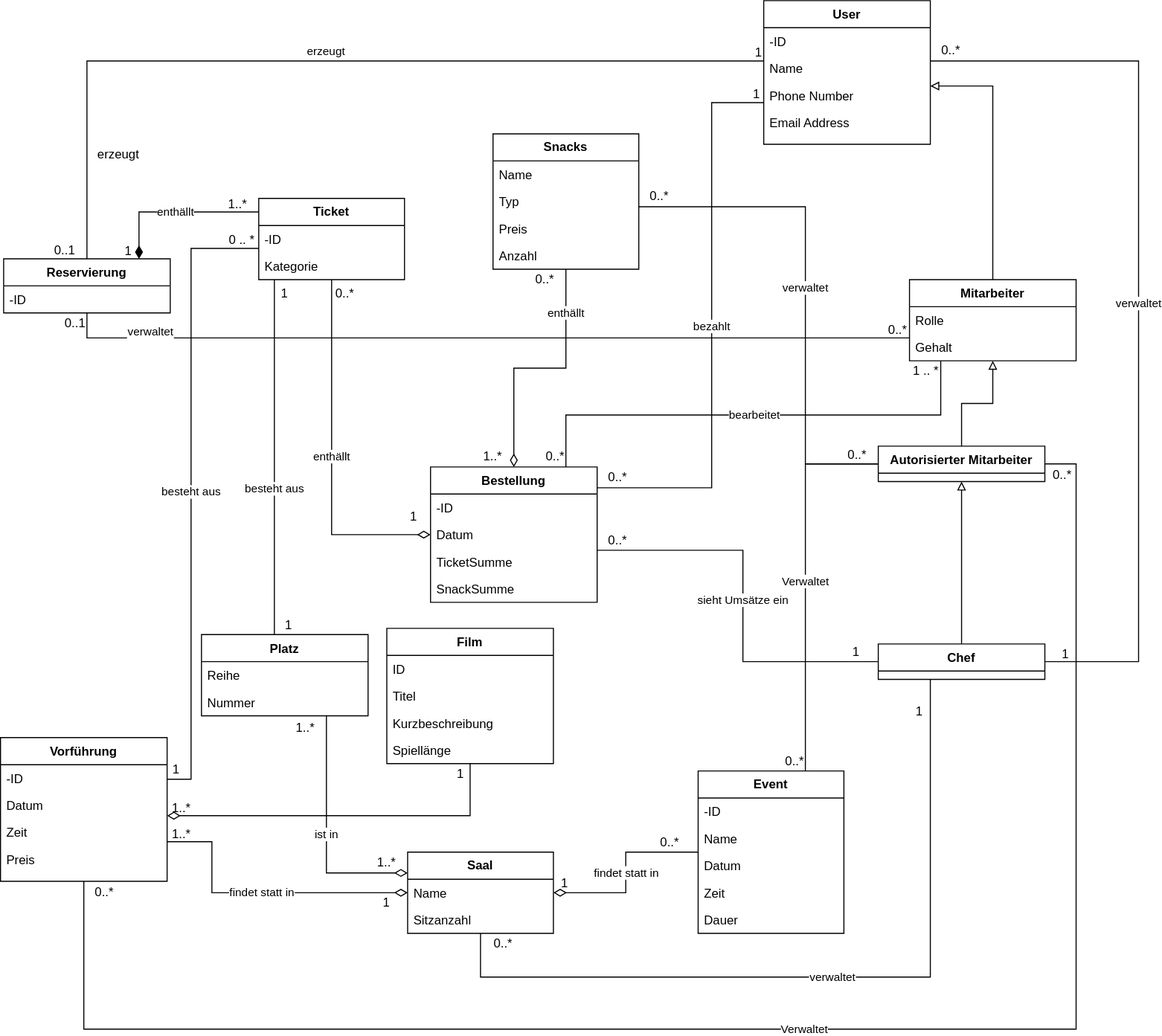
The draw.io diagram src/main/asciidoc/models/analysis/Klassendiagramm/Klassendiagramm.svg in Leonard0108/Anwendungsprogrammierung, before a commit. Source tidied: cells renumbered, new cells last; positions are measured from the earlier drawing's top-left corner, leaving out a move shared by most shapes.
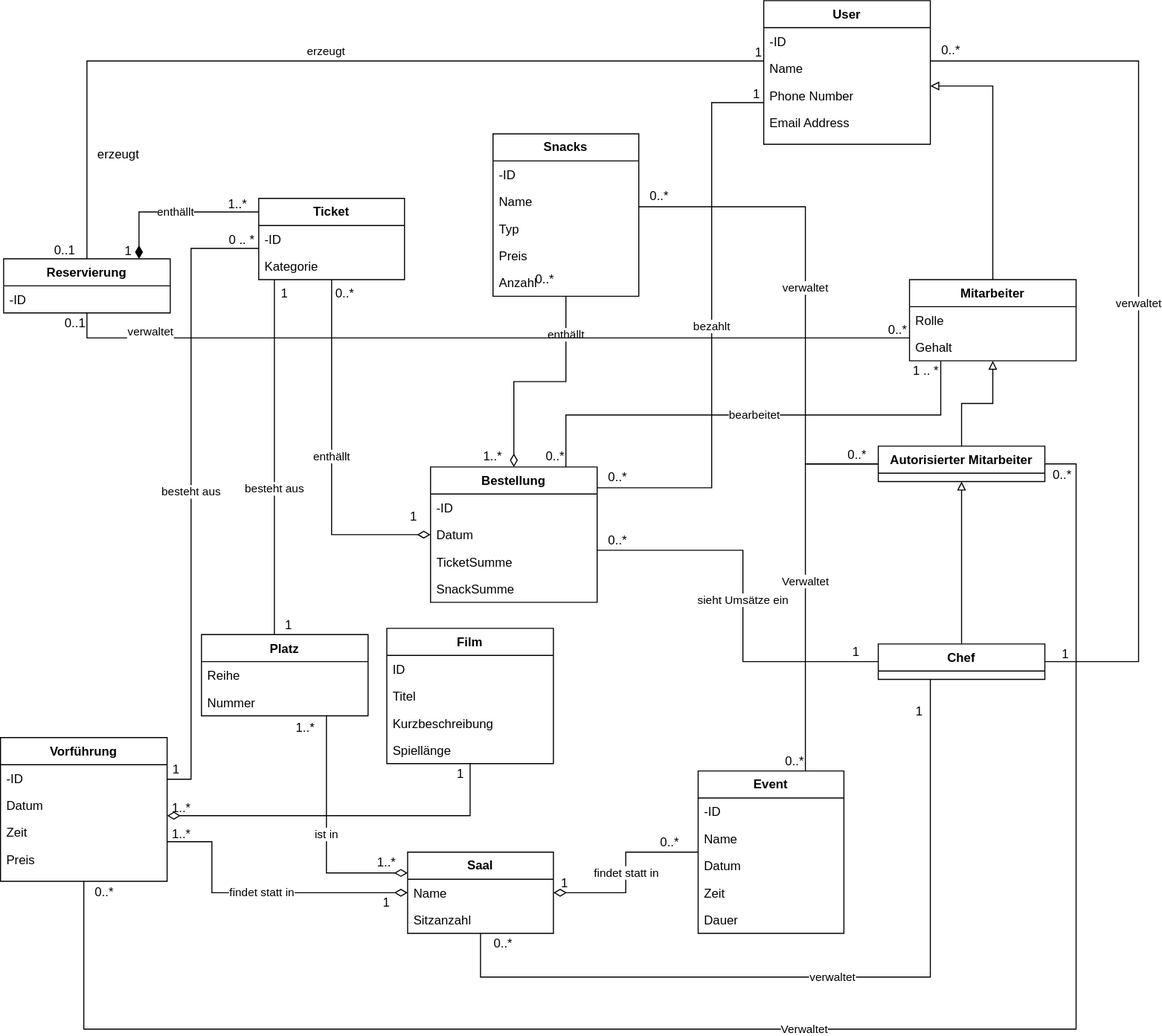
The same diagram one commit later.

The edit, as a diff of the source:
```diff
@@ -156,19 +156,22 @@
       </mxGeometry>
     </mxCell>
     <mxCell id="41" value="Snacks" style="swimlane;fontStyle=1;horizontal=1;startSize=26;fillColor=default;whiteSpace=wrap;html=1;" parent="1" vertex="1">
-      <mxGeometry x="473" y="128" width="140" height="130" as="geometry" />
+      <mxGeometry x="473" y="128" width="140" height="156" as="geometry" />
     </mxCell>
-    <mxCell id="42" value="Name" style="text;strokeColor=none;fillColor=none;align=left;verticalAlign=top;spacingLeft=4;spacingRight=4;overflow=hidden;whiteSpace=wrap;html=1;" parent="41" vertex="1">
+    <mxCell id="42" value="-ID" style="text;strokeColor=none;fillColor=none;align=left;verticalAlign=top;spacingLeft=4;spacingRight=4;overflow=hidden;whiteSpace=wrap;html=1;" parent="41" vertex="1">
       <mxGeometry y="26" width="140" height="26" as="geometry" />
     </mxCell>
+    <mxCell id="109" value="Name" style="text;strokeColor=none;fillColor=none;align=left;verticalAlign=top;spacingLeft=4;spacingRight=4;overflow=hidden;whiteSpace=wrap;html=1;" parent="41" vertex="1">
+      <mxGeometry y="52" width="140" height="26" as="geometry" />
+    </mxCell>
     <mxCell id="43" value="Typ" style="text;strokeColor=none;fillColor=none;align=left;verticalAlign=top;spacingLeft=4;spacingRight=4;overflow=hidden;whiteSpace=wrap;html=1;" parent="41" vertex="1">
-      <mxGeometry y="52" width="140" height="26" as="geometry" />
+      <mxGeometry y="78" width="140" height="26" as="geometry" />
     </mxCell>
     <mxCell id="44" value="Preis" style="text;strokeColor=none;fillColor=none;align=left;verticalAlign=top;spacingLeft=4;spacingRight=4;overflow=hidden;whiteSpace=wrap;html=1;" parent="41" vertex="1">
-      <mxGeometry y="78" width="140" height="26" as="geometry" />
+      <mxGeometry y="104" width="140" height="26" as="geometry" />
     </mxCell>
     <mxCell id="45" value="Anzahl" style="text;strokeColor=none;fillColor=none;align=left;verticalAlign=top;spacingLeft=4;spacingRight=4;overflow=hidden;whiteSpace=wrap;html=1;" parent="41" vertex="1">
-      <mxGeometry y="104" width="140" height="26" as="geometry" />
+      <mxGeometry y="130" width="140" height="26" as="geometry" />
     </mxCell>
     <mxCell id="46" value="besteht aus" style="edgeStyle=orthogonalEdgeStyle;rounded=0;jettySize=auto;html=1;startArrow=none;startFill=0;endArrow=none;endFill=0;" parent="1" edge="1" source="47" target="29">
       <mxGeometry x="-0.18" relative="1" as="geometry">
```
